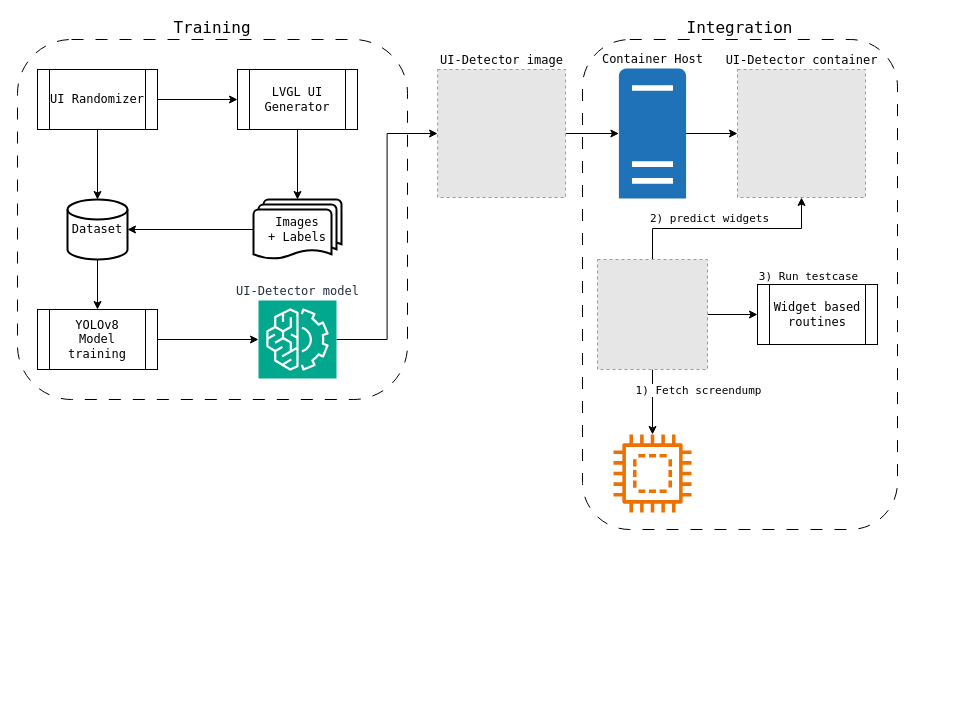
Before: doc/Framework.drawio in HackXIt/lvgl-ui-detector, a draw.io diagram. Source tidied: cells renumbered, new cells numbered last; positions are measured from the earlier drawing's top-left corner, leaving out a move shared by most shapes. Both pictures are drawn from the tidied source at 100%, with x=0, y=0 at pixel (17, 39). Pictures stored in the file or linked from it are replaced by grey dashed boxes.
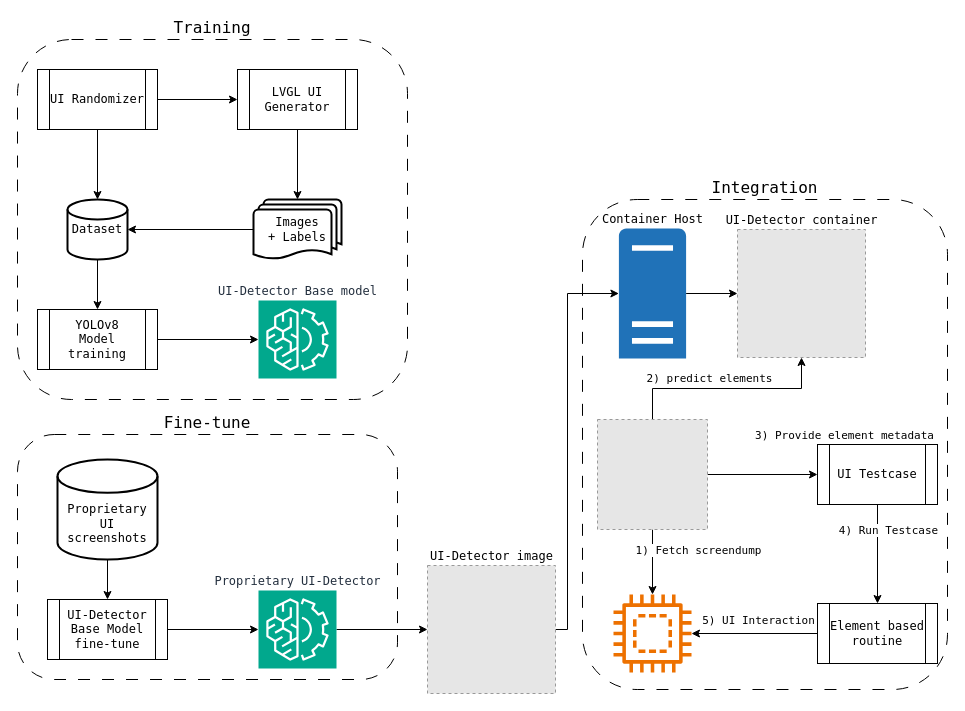
The same page after the edit.

Commit message:
Update Framework.drawio (Fine-tune)

Unchanged cells that the change refers to:
```xml
<mxCell id="20" style="edgeStyle=orthogonalEdgeStyle;rounded=0;jettySize=auto;html=1;exitX=0.5;exitY=0;exitDx=0;exitDy=0;entryX=0.5;entryY=1;entryDx=0;entryDy=0;fontFamily=Lucida Console;" parent="1" edge="1" source="24" target="28">
  <mxGeometry relative="1" as="geometry" />
</mxCell>
<mxCell id="22" style="edgeStyle=orthogonalEdgeStyle;rounded=0;jettySize=auto;html=1;exitX=1;exitY=0.5;exitDx=0;exitDy=0;entryX=0;entryY=0.5;entryDx=0;entryDy=0;fontFamily=Lucida Console;" parent="1" edge="1" source="24" target="29">
  <mxGeometry relative="1" as="geometry" />
</mxCell>
```

What changed in the source:
```diff
@@
+    <mxCell id="30" value="Training" style="rounded=1;whiteSpace=wrap;html=1;fillColor=none;dashed=1;dashPattern=12 12;labelPosition=center;verticalLabelPosition=top;align=center;verticalAlign=bottom;fontFamily=Lucida Console;fontSize=16;" parent="1" vertex="1">
+      <mxGeometry width="390" height="360" as="geometry" />
+    </mxCell>
     <mxCell id="2" value="Integration" style="rounded=1;whiteSpace=wrap;html=1;fillColor=none;dashed=1;dashPattern=12 12;labelPosition=center;verticalLabelPosition=top;align=center;verticalAlign=bottom;fontFamily=Lucida Console;fontSize=16;" parent="1" vertex="1">
-      <mxGeometry x="565" width="315" height="490" as="geometry" />
+      <mxGeometry x="565" y="160" width="365" height="490" as="geometry" />
     </mxCell>
@@
-    <mxCell id="13" style="edgeStyle=orthogonalEdgeStyle;rounded=0;jettySize=auto;html=1;exitX=1;exitY=0.5;exitDx=0;exitDy=0;exitPerimeter=0;entryX=0;entryY=0.5;entryDx=0;entryDy=0;fontFamily=Lucida Console;" parent="1" edge="1" source="14" target="17">
-      <mxGeometry relative="1" as="geometry" />
-    </mxCell>
-    <mxCell id="14" value="UI-Detector model" style="sketch=0;points=[[0,0,0],[0.25,0,0],[0.5,0,0],[0.75,0,0],[1,0,0],[0,1,0],[0.25,1,0],[0.5,1,0],[0.75,1,0],[1,1,0],[0,0.25,0],[0,0.5,0],[0,0.75,0],[1,0.25,0],[1,0.5,0],[1,0.75,0]];outlineConnect=0;fontColor=#232F3E;fillColor=#01A88D;strokeColor=#ffffff;dashed=0;verticalLabelPosition=top;verticalAlign=bottom;align=center;html=1;fontSize=12;fontStyle=0;shape=mxgraph.aws4.resourceIcon;resIcon=mxgraph.aws4.machine_learning;labelPosition=center;fontFamily=Lucida Console;" parent="1" vertex="1">
+    <mxCell id="14" value="UI-Detector Base model" style="sketch=0;points=[[0,0,0],[0.25,0,0],[0.5,0,0],[0.75,0,0],[1,0,0],[0,1,0],[0.25,1,0],[0.5,1,0],[0.75,1,0],[1,1,0],[0,0.25,0],[0,0.5,0],[0,0.75,0],[1,0.25,0],[1,0.5,0],[1,0.75,0]];outlineConnect=0;fontColor=#232F3E;fillColor=#01A88D;strokeColor=#ffffff;dashed=0;verticalLabelPosition=top;verticalAlign=bottom;align=center;html=1;fontSize=12;fontStyle=0;shape=mxgraph.aws4.resourceIcon;resIcon=mxgraph.aws4.machine_learning;labelPosition=center;fontFamily=Lucida Console;" parent="1" vertex="1">
       <mxGeometry x="241" y="261" width="78" height="78" as="geometry" />
     </mxCell>
@@
     <mxCell id="16" style="edgeStyle=orthogonalEdgeStyle;rounded=0;jettySize=auto;html=1;exitX=1;exitY=0.5;exitDx=0;exitDy=0;fontFamily=Lucida Console;" parent="1" edge="1" source="17" target="26">
-      <mxGeometry relative="1" as="geometry" />
+      <mxGeometry relative="1" as="geometry">
+        <Array as="points">
+          <mxPoint x="550" y="590" />
+          <mxPoint x="550" y="254" />
+        </Array>
+      </mxGeometry>
     </mxCell>
     <mxCell id="17" value="UI-Detector image" style="fillColor=#E6E6E6;strokeColor=#999999;dashed=1;html=1;verticalAlign=bottom;verticalLabelPosition=top;labelBackgroundColor=#ffffff;labelPosition=center;align=center;fontFamily=Lucida Console;" parent="1" vertex="1">
-      <mxGeometry x="420.1" y="30" width="128" height="128" as="geometry" />
+      <mxGeometry x="410" y="526" width="128" height="128" as="geometry" />
     </mxCell>
@@
-    <mxCell id="21" value="2) predict widgets" style="edgeLabel;html=1;align=center;verticalAlign=middle;fontFamily=Lucida Console;" parent="20" vertex="1">
+    <mxCell id="21" value="2) predict elements" style="edgeLabel;html=1;align=center;verticalAlign=middle;fontFamily=Lucida Console;" parent="20" vertex="1">
       <mxGeometry x="0.38" y="-2" relative="1" as="geometry">
         <mxPoint x="-59" y="-13" as="offset" />
       </mxGeometry>
     </mxCell>
@@
-    <mxCell id="23" value="3) Run testcase" style="edgeLabel;html=1;align=center;verticalAlign=middle;fontFamily=Lucida Console;" parent="22" vertex="1">
+    <mxCell id="23" value="3) Provide element metadata" style="edgeLabel;html=1;align=center;verticalAlign=middle;fontFamily=Lucida Console;" parent="22" vertex="1">
       <mxGeometry x="0.42" relative="1" as="geometry">
-        <mxPoint x="64" y="-39" as="offset" />
+        <mxPoint x="58" y="-40" as="offset" />
       </mxGeometry>
     </mxCell>
     <mxCell id="24" style="fillColor=#E6E6E6;strokeColor=#999999;dashed=1;verticalLabelPosition=bottom;labelBackgroundColor=default;verticalAlign=top;fontFamily=Lucida Console;" parent="1" vertex="1">
-      <mxGeometry x="580" y="220" width="110" height="110" as="geometry" />
+      <mxGeometry x="580" y="380" width="110" height="110" as="geometry" />
     </mxCell>
@@
     <mxCell id="26" value="Container Host" style="sketch=0;shadow=0;dashed=0;html=1;strokeColor=none;labelPosition=center;verticalLabelPosition=top;verticalAlign=bottom;outlineConnect=0;align=center;shape=mxgraph.office.servers.physical_host;fillColor=#2072B8;fontFamily=Lucida Console;" parent="1" vertex="1">
-      <mxGeometry x="601.4" y="29" width="67.2" height="130" as="geometry" />
+      <mxGeometry x="601.4" y="189" width="67.2" height="130" as="geometry" />
     </mxCell>
     <mxCell id="27" style="sketch=0;outlineConnect=0;fontColor=#232F3E;gradientColor=none;fillColor=#ED7100;strokeColor=none;dashed=0;verticalLabelPosition=bottom;verticalAlign=top;align=center;html=1;fontSize=12;fontStyle=0;shape=mxgraph.aws4.braket_embedded_simulator;fontFamily=Lucida Console;" parent="1" vertex="1">
-      <mxGeometry x="596" y="395" width="78" height="78" as="geometry" />
+      <mxGeometry x="596" y="555" width="78" height="78" as="geometry" />
     </mxCell>
     <mxCell id="28" value="UI-Detector container" style="fillColor=#E6E6E6;strokeColor=#999999;dashed=1;html=1;verticalAlign=bottom;verticalLabelPosition=top;labelBackgroundColor=#ffffff;labelPosition=center;align=center;fontFamily=Lucida Console;" parent="1" vertex="1">
-      <mxGeometry x="720" y="30" width="128" height="128" as="geometry" />
+      <mxGeometry x="720" y="190" width="128" height="128" as="geometry" />
     </mxCell>
+    <mxCell id="31" style="edgeStyle=orthogonalEdgeStyle;rounded=0;jettySize=auto;html=1;exitX=0.5;exitY=1;exitDx=0;exitDy=0;entryX=0.5;entryY=0;entryDx=0;entryDy=0;fontFamily=Lucida Console;" parent="1" edge="1" source="29" target="42">
+      <mxGeometry relative="1" as="geometry" />
+    </mxCell>
+    <mxCell id="32" value="4) Run Testcase" style="edgeLabel;html=1;align=center;verticalAlign=middle;fontFamily=Lucida Console;" parent="31" vertex="1">
+      <mxGeometry x="0.01" y="5" relative="1" as="geometry">
+        <mxPoint x="5" y="-25" as="offset" />
+      </mxGeometry>
+    </mxCell>
-    <mxCell id="29" value="Widget based routines" style="shape=process;whiteSpace=wrap;html=1;backgroundOutline=1;fontFamily=Lucida Console;" parent="1" vertex="1">
-      <mxGeometry x="740" y="245" width="120" height="60" as="geometry" />
+    <mxCell id="29" value="UI Testcase" style="shape=process;whiteSpace=wrap;html=1;backgroundOutline=1;fontFamily=Lucida Console;" parent="1" vertex="1">
+      <mxGeometry x="800" y="405" width="120" height="60" as="geometry" />
     </mxCell>
-    <mxCell id="30" value="Training" style="rounded=1;whiteSpace=wrap;html=1;fillColor=none;dashed=1;dashPattern=12 12;labelPosition=center;verticalLabelPosition=top;align=center;verticalAlign=bottom;fontFamily=Lucida Console;fontSize=16;" parent="1" vertex="1">
-      <mxGeometry width="390" height="360" as="geometry" />
-    </mxCell>
+    <mxCell id="33" value="Fine-tune" style="rounded=1;whiteSpace=wrap;html=1;fillColor=none;dashed=1;dashPattern=12 12;labelPosition=center;verticalLabelPosition=top;align=center;verticalAlign=bottom;fontFamily=Lucida Console;fontSize=16;" parent="1" vertex="1">
+      <mxGeometry y="395" width="380" height="245" as="geometry" />
+    </mxCell>
+    <mxCell id="34" style="edgeStyle=orthogonalEdgeStyle;rounded=0;jettySize=auto;html=1;exitX=0.5;exitY=1;exitDx=0;exitDy=0;exitPerimeter=0;entryX=0.5;entryY=0;entryDx=0;entryDy=0;fontFamily=Lucida Console;" parent="1" edge="1" source="35" target="36">
+      <mxGeometry relative="1" as="geometry" />
+    </mxCell>
+    <mxCell id="35" value="&lt;br&gt;&lt;br&gt;Proprietary UI&lt;br&gt;screenshots" style="strokeWidth=2;html=1;shape=mxgraph.flowchart.database;whiteSpace=wrap;fontFamily=Lucida Console;" parent="1" vertex="1">
+      <mxGeometry x="40" y="420" width="100" height="100" as="geometry" />
+    </mxCell>
+    <mxCell id="36" value="UI-Detector&lt;br&gt;Base Model&lt;br&gt;fine-tune" style="shape=process;whiteSpace=wrap;html=1;backgroundOutline=1;fontFamily=Lucida Console;" parent="1" vertex="1">
+      <mxGeometry x="30" y="560" width="120" height="60" as="geometry" />
+    </mxCell>
+    <mxCell id="37" style="edgeStyle=orthogonalEdgeStyle;rounded=0;jettySize=auto;html=1;exitX=1;exitY=0.5;exitDx=0;exitDy=0;exitPerimeter=0;fontFamily=Lucida Console;" parent="1" edge="1" source="38" target="17">
+      <mxGeometry relative="1" as="geometry" />
+    </mxCell>
+    <mxCell id="38" value="Proprietary UI-Detector" style="sketch=0;points=[[0,0,0],[0.25,0,0],[0.5,0,0],[0.75,0,0],[1,0,0],[0,1,0],[0.25,1,0],[0.5,1,0],[0.75,1,0],[1,1,0],[0,0.25,0],[0,0.5,0],[0,0.75,0],[1,0.25,0],[1,0.5,0],[1,0.75,0]];outlineConnect=0;fontColor=#232F3E;fillColor=#01A88D;strokeColor=#ffffff;dashed=0;verticalLabelPosition=top;verticalAlign=bottom;align=center;html=1;fontSize=12;fontStyle=0;shape=mxgraph.aws4.resourceIcon;resIcon=mxgraph.aws4.machine_learning;labelPosition=center;fontFamily=Lucida Console;" parent="1" vertex="1">
+      <mxGeometry x="241" y="551" width="78" height="78" as="geometry" />
+    </mxCell>
+    <mxCell id="39" style="edgeStyle=orthogonalEdgeStyle;rounded=0;jettySize=auto;html=1;exitX=1;exitY=0.5;exitDx=0;exitDy=0;entryX=0;entryY=0.5;entryDx=0;entryDy=0;entryPerimeter=0;fontFamily=Lucida Console;" parent="1" edge="1" source="36" target="38">
+      <mxGeometry relative="1" as="geometry" />
+    </mxCell>
+    <mxCell id="40" style="edgeStyle=orthogonalEdgeStyle;rounded=0;jettySize=auto;html=1;exitX=0;exitY=0.5;exitDx=0;exitDy=0;fontFamily=Lucida Console;" parent="1" edge="1" source="42" target="27">
+      <mxGeometry relative="1" as="geometry" />
+    </mxCell>
+    <mxCell id="41" value="5) UI Interaction" style="edgeLabel;html=1;align=center;verticalAlign=middle;fontFamily=Lucida Console;" parent="40" vertex="1">
+      <mxGeometry x="0.06" y="1" relative="1" as="geometry">
+        <mxPoint x="7" y="-15" as="offset" />
+      </mxGeometry>
+    </mxCell>
+    <mxCell id="42" value="Element based routine" style="shape=process;whiteSpace=wrap;html=1;backgroundOutline=1;fontFamily=Lucida Console;" parent="1" vertex="1">
+      <mxGeometry x="800" y="564" width="120" height="60" as="geometry" />
+    </mxCell>
```
